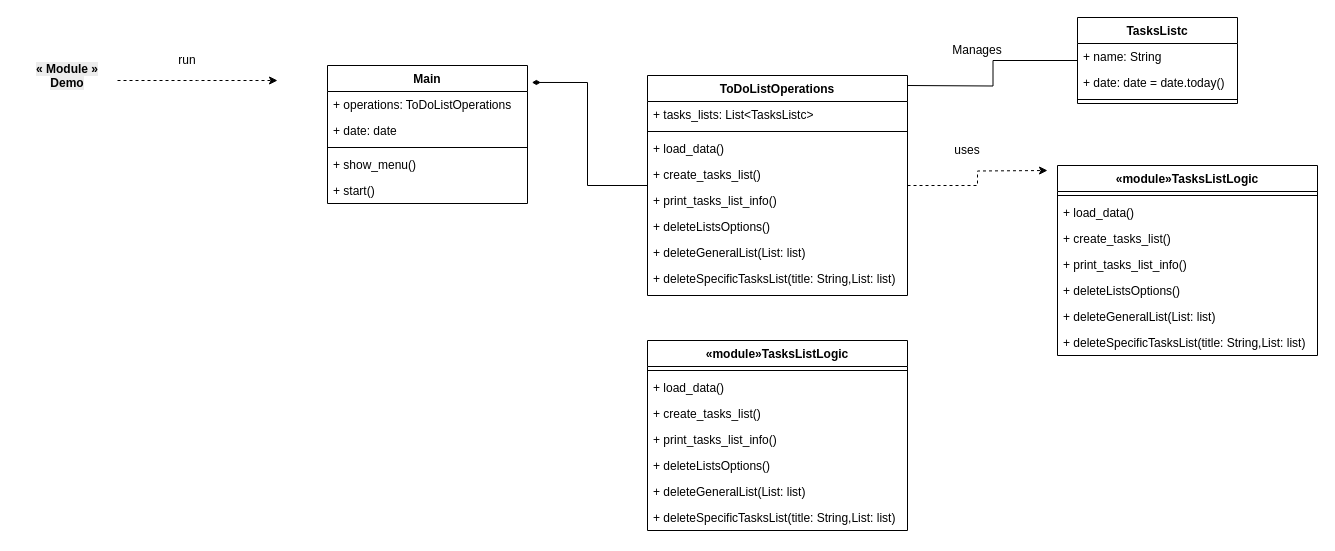
Earlier version of the draw.io diagram page "UML Class Diagram" (6 of 6) of ToDoList App.drawio (AbdallahDaradkeh-1/ToDoList-App). Source tidied: cells renumbered, new cells numbered last; positions are measured from the earlier drawing's top-left corner, leaving out a move shared by most shapes. Both pictures are drawn from the tidied source at 100%, with x=0, y=0 at pixel (17, 17).
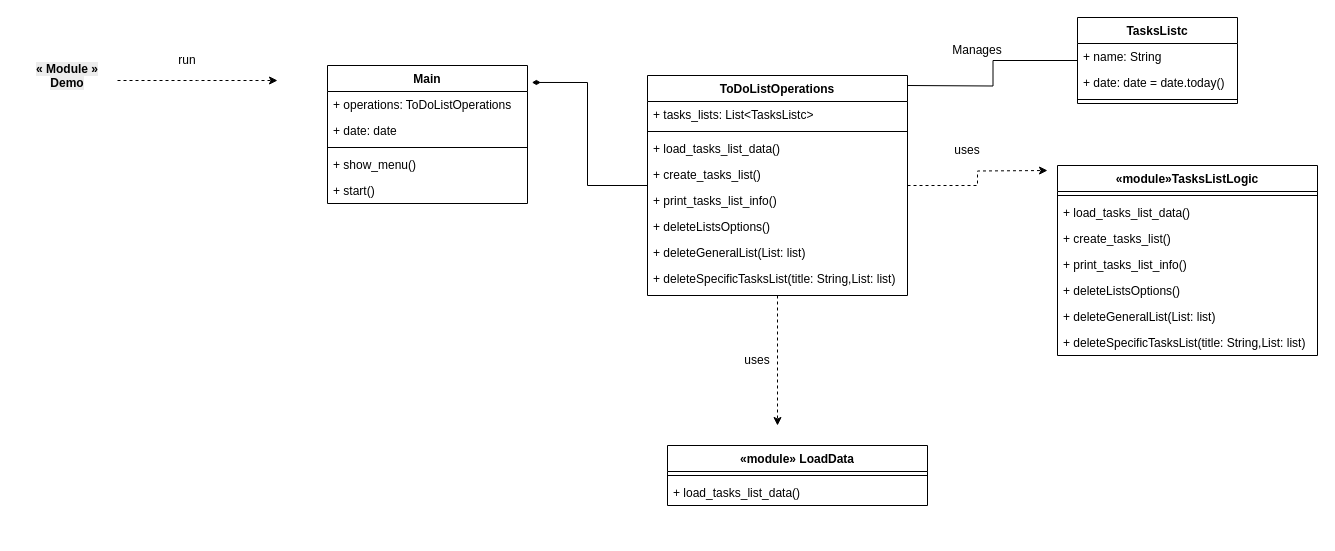
Above is the later version.

Commit message (it also covers changes not shown here):
I removed LoadData() method from TasksListLogic.py file/Module and Use LoadData.py Module/File To call loadData() method (seperation of concerns)

Unchanged cells that the change refers to:
```xml
<mxCell id="3" value="&lt;span style=&quot;&quot;&gt;ToDoListOperations&lt;/span&gt;" style="swimlane;fontStyle=1;align=center;verticalAlign=top;horizontal=1;startSize=26;whiteSpace=wrap;html=1;" parent="1" vertex="1">
  <mxGeometry x="630" y="58" width="260" height="220" as="geometry" />
</mxCell>
<mxCell id="28" value="&lt;span style=&quot;&quot;&gt;«module»TasksListLogic&lt;/span&gt;" style="swimlane;fontStyle=1;align=center;verticalAlign=top;horizontal=1;startSize=26;whiteSpace=wrap;html=1;" parent="1" vertex="1">
  <mxGeometry x="1040" y="148" width="260" height="190" as="geometry" />
</mxCell>
```

Change to the diagram source:
```diff
@@
+    <mxCell id="45" style="edgeStyle=orthogonalEdgeStyle;rounded=0;jettySize=auto;html=1;dashed=1;" parent="1" edge="1" source="3">
+      <mxGeometry relative="1" as="geometry">
+        <mxPoint x="760" y="408" as="targetPoint" />
+      </mxGeometry>
+    </mxCell>
@@
-    <mxCell id="6" value="+ load_data()" style="text;strokeColor=none;fillColor=none;align=left;verticalAlign=top;spacingLeft=4;spacingRight=4;overflow=hidden;whiteSpace=wrap;html=1;" parent="3" vertex="1">
+    <mxCell id="6" value="+ load_tasks_list_data()" style="text;strokeColor=none;fillColor=none;align=left;verticalAlign=top;spacingLeft=4;spacingRight=4;overflow=hidden;whiteSpace=wrap;html=1;" parent="3" vertex="1">
       <mxGeometry y="60" width="260" height="26" as="geometry" />
     </mxCell>
@@
-    <mxCell id="30" value="+ load_data()" style="text;strokeColor=none;fillColor=none;align=left;verticalAlign=top;spacingLeft=4;spacingRight=4;overflow=hidden;whiteSpace=wrap;html=1;" parent="28" vertex="1">
+    <mxCell id="30" value="+ load_tasks_list_data()" style="text;strokeColor=none;fillColor=none;align=left;verticalAlign=top;spacingLeft=4;spacingRight=4;overflow=hidden;whiteSpace=wrap;html=1;" parent="28" vertex="1">
       <mxGeometry y="34" width="260" height="26" as="geometry" />
     </mxCell>
@@
-    <mxCell id="37" value="&lt;span style=&quot;&quot;&gt;«module»TasksListLogic&lt;/span&gt;" style="swimlane;fontStyle=1;align=center;verticalAlign=top;horizontal=1;startSize=26;whiteSpace=wrap;html=1;" parent="1" vertex="1">
-      <mxGeometry x="630" y="323" width="260" height="190" as="geometry" />
+    <mxCell id="37" value="&lt;span style=&quot;&quot;&gt;«module» LoadData&lt;/span&gt;" style="swimlane;fontStyle=1;align=center;verticalAlign=top;horizontal=1;startSize=26;whiteSpace=wrap;html=1;" parent="1" vertex="1">
+      <mxGeometry x="650" y="428" width="260" height="60" as="geometry" />
     </mxCell>
@@
-    <mxCell id="39" value="+ load_data()" style="text;strokeColor=none;fillColor=none;align=left;verticalAlign=top;spacingLeft=4;spacingRight=4;overflow=hidden;whiteSpace=wrap;html=1;" parent="37" vertex="1">
+    <mxCell id="39" value="+ load_tasks_list_data()" style="text;strokeColor=none;fillColor=none;align=left;verticalAlign=top;spacingLeft=4;spacingRight=4;overflow=hidden;whiteSpace=wrap;html=1;" parent="37" vertex="1">
       <mxGeometry y="34" width="260" height="26" as="geometry" />
     </mxCell>
-    <mxCell id="40" value="+ create_tasks_list()" style="text;strokeColor=none;fillColor=none;align=left;verticalAlign=top;spacingLeft=4;spacingRight=4;overflow=hidden;whiteSpace=wrap;html=1;" parent="37" vertex="1">
-      <mxGeometry y="60" width="260" height="26" as="geometry" />
-    </mxCell>
-    <mxCell id="41" value="+ print_tasks_list_info()" style="text;strokeColor=none;fillColor=none;align=left;verticalAlign=top;spacingLeft=4;spacingRight=4;overflow=hidden;whiteSpace=wrap;html=1;" parent="37" vertex="1">
-      <mxGeometry y="86" width="260" height="26" as="geometry" />
-    </mxCell>
-    <mxCell id="42" value="+ deleteListsOptions()" style="text;strokeColor=none;fillColor=none;align=left;verticalAlign=top;spacingLeft=4;spacingRight=4;overflow=hidden;whiteSpace=wrap;html=1;" parent="37" vertex="1">
-      <mxGeometry y="112" width="260" height="26" as="geometry" />
-    </mxCell>
-    <mxCell id="43" value="+ deleteGeneralList(List: list)" style="text;strokeColor=none;fillColor=none;align=left;verticalAlign=top;spacingLeft=4;spacingRight=4;overflow=hidden;whiteSpace=wrap;html=1;" parent="37" vertex="1">
-      <mxGeometry y="138" width="260" height="26" as="geometry" />
-    </mxCell>
-    <mxCell id="44" value="+ deleteSpecificTasksList(title: String,List: list)" style="text;strokeColor=none;fillColor=none;align=left;verticalAlign=top;spacingLeft=4;spacingRight=4;overflow=hidden;whiteSpace=wrap;html=1;" parent="37" vertex="1">
-      <mxGeometry y="164" width="260" height="26" as="geometry" />
-    </mxCell>
+    <mxCell id="46" value="uses" style="text;html=1;whiteSpace=wrap;strokeColor=none;fillColor=none;align=center;verticalAlign=middle;rounded=0;" parent="1" vertex="1">
+      <mxGeometry x="710" y="328" width="60" height="30" as="geometry" />
+    </mxCell>
```
